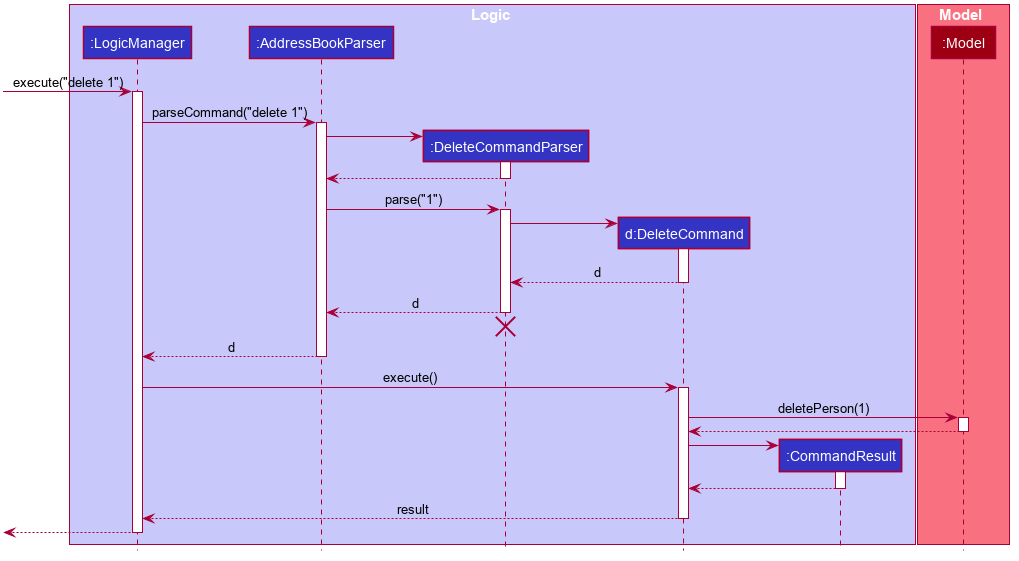
nus-cs2103-AY1920S2/addressbook-level3 keeps this PlantUML diagram as docs/images/DeleteSequenceDiagram.png. Above is the earlier version.
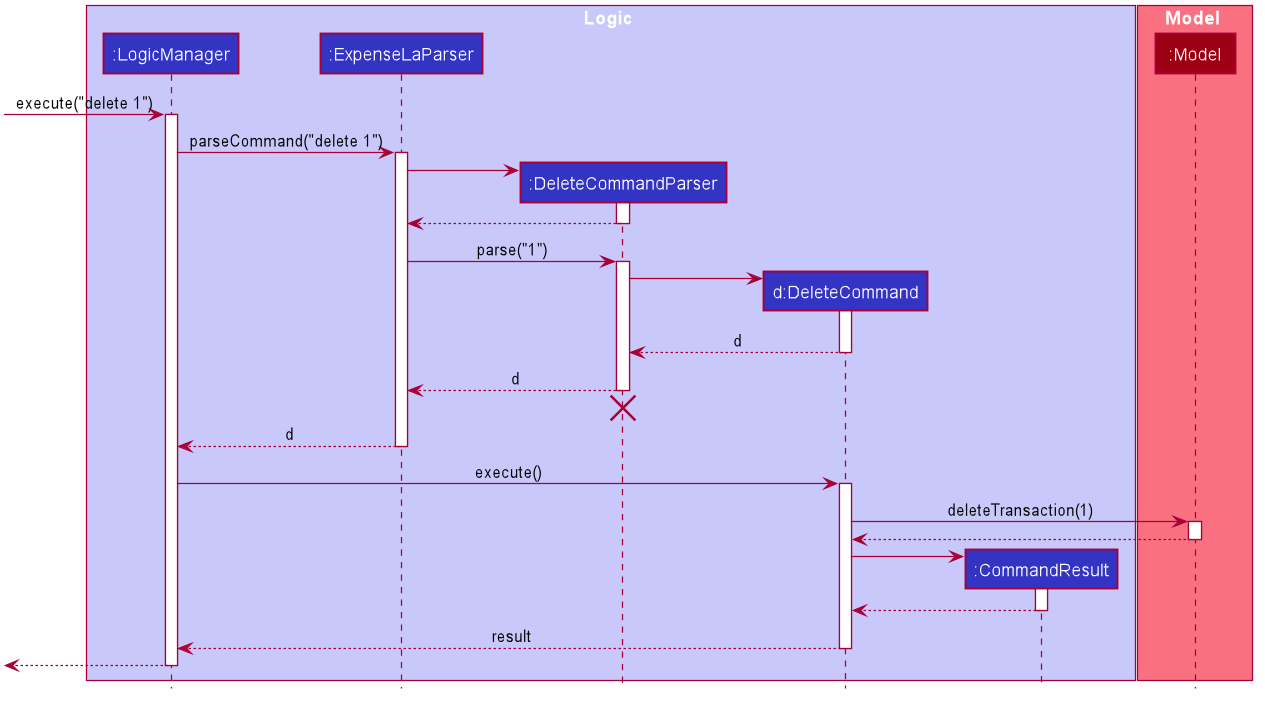
After the commit.

Diff of the diagram source:
```diff
@@ -50,7 +50,7 @@
 
 box Logic #C8C8FA
 participant ":LogicManager" as LogicManager #3333C4
-participant ":AddressBookParser" as AddressBookParser #3333C4
+participant ":ExpenseLaParser" as ExpenseLaParser #3333C4
 participant ":DeleteCommandParser" as DeleteCommandParser #3333C4
 participant "d:DeleteCommand" as DeleteCommand #3333C4
 participant ":CommandResult" as CommandResult #3333C4
@@ -63,17 +63,17 @@
 [-> LogicManager : execute("delete 1")
 activate LogicManager
 
-LogicManager -> AddressBookParser : parseCommand("delete 1")
-activate AddressBookParser
+LogicManager -> ExpenseLaParser : parseCommand("delete 1")
+activate ExpenseLaParser
 
 create DeleteCommandParser
-AddressBookParser -> DeleteCommandParser
+ExpenseLaParser -> DeleteCommandParser
 activate DeleteCommandParser
 
-DeleteCommandParser --> AddressBookParser
+DeleteCommandParser --> ExpenseLaParser
 deactivate DeleteCommandParser
 
-AddressBookParser -> DeleteCommandParser : parse("1")
+ExpenseLaParser -> DeleteCommandParser : parse("1")
 activate DeleteCommandParser
 
 create DeleteCommand
@@ -83,18 +83,18 @@
 DeleteCommand --> DeleteCommandParser : d
 deactivate DeleteCommand
 
-DeleteCommandParser --> AddressBookParser : d
+DeleteCommandParser --> ExpenseLaParser : d
 deactivate DeleteCommandParser
-DeleteCommandParser -[hidden]-> AddressBookParser
+DeleteCommandParser -[hidden]-> ExpenseLaParser
 destroy DeleteCommandParser
 
-AddressBookParser --> LogicManager : d
-deactivate AddressBookParser
+ExpenseLaParser --> LogicManager : d
+deactivate ExpenseLaParser
 
 LogicManager -> DeleteCommand : execute()
 activate DeleteCommand
 
-DeleteCommand -> Model : deletePerson(1)
+DeleteCommand -> Model : deleteTransaction(1)
 activate Model
 
 Model --> DeleteCommand
```
